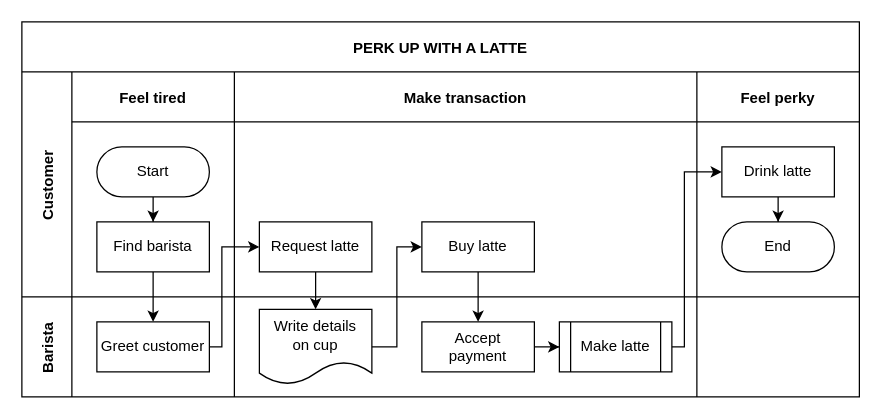
Before: Untitled Diagram.drawio in bapukokare/assignment, a draw.io diagram. Source tidied: cells renumbered, new cells numbered last; positions are measured from the earlier drawing's top-left corner, leaving out a move shared by most shapes. Both pictures are drawn from the tidied source at 125%, with x=0, y=0 at pixel (21, 21).
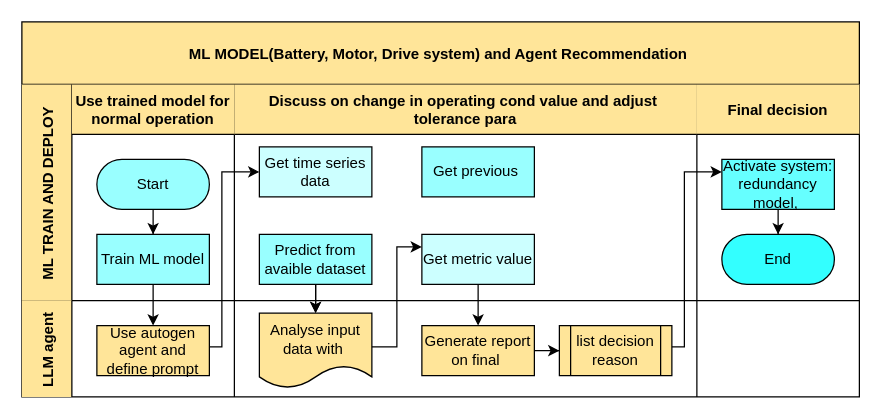
Above is the later version.

What changed in the source:
```diff
@@
-    <mxCell id="2" value="PERK UP WITH A LATTE" style="shape=table;childLayout=tableLayout;startSize=40;fillColor=none;fontStyle=1;" parent="1" vertex="1">
+    <mxCell id="2" value="ML MODEL(Battery, Motor, Drive system) and Agent Recommendation " style="shape=table;childLayout=tableLayout;startSize=50;fillColor=#FFE599;fontStyle=1;" parent="1" vertex="1">
       <mxGeometry width="670" height="300" as="geometry" />
     </mxCell>
-    <mxCell id="3" style="edgeStyle=orthogonalEdgeStyle;rounded=0;jettySize=auto;html=1;" parent="2" edge="1" source="8" target="18">
+    <mxCell id="3" style="edgeStyle=orthogonalEdgeStyle;rounded=0;jettySize=auto;html=1;fillColor=#FFE599;" parent="2" edge="1" source="8" target="18">
       <mxGeometry relative="1" as="geometry" />
     </mxCell>
-    <mxCell id="4" value="Customer" style="shape=tableRow;horizontal=0;swimlaneHead=0;swimlaneBody=0;top=0;left=0;bottom=0;right=0;fillColor=none;startSize=40;fontStyle=1;" parent="2" vertex="1">
-      <mxGeometry y="40" width="670" height="180" as="geometry" />
+    <mxCell id="4" value="ML TRAIN AND DEPLOY" style="shape=tableRow;horizontal=0;swimlaneHead=0;swimlaneBody=0;top=0;left=0;bottom=0;right=0;fillColor=#FFE599;startSize=40;fontStyle=1;" parent="2" vertex="1">
+      <mxGeometry y="50" width="670" height="173" as="geometry" />
     </mxCell>
-    <mxCell id="5" value="Feel tired" style="swimlane;swimlaneHead=0;swimlaneBody=0;fillColor=none;startSize=40;fontStyle=1;" parent="4" vertex="1">
-      <mxGeometry x="40" width="130" height="180" as="geometry" />
+    <mxCell id="5" value="Use trained model for&#10; normal operation " style="swimlane;swimlaneHead=0;swimlaneBody=0;fillColor=#FFE599;startSize=40;fontStyle=1;" parent="4" vertex="1">
+      <mxGeometry x="40" width="130" height="173" as="geometry" />
     </mxCell>
-    <mxCell id="6" style="edgeStyle=orthogonalEdgeStyle;rounded=0;jettySize=auto;html=1;" parent="5" edge="1" source="7" target="8">
+    <mxCell id="6" style="edgeStyle=orthogonalEdgeStyle;rounded=0;jettySize=auto;html=1;fillColor=#FFE599;" parent="5" edge="1" source="7" target="8">
       <mxGeometry relative="1" as="geometry" />
     </mxCell>
-    <mxCell id="7" value="Start" style="rounded=1;whiteSpace=wrap;html=1;arcSize=50;" parent="5" vertex="1">
+    <mxCell id="7" value="Start" style="rounded=1;whiteSpace=wrap;html=1;arcSize=50;fillColor=#99FFFF;" parent="5" vertex="1">
       <mxGeometry x="20" y="60" width="90" height="40" as="geometry" />
     </mxCell>
-    <mxCell id="8" value="Find barista" style="rounded=0;whiteSpace=wrap;html=1;" parent="5" vertex="1">
+    <mxCell id="8" value="Train ML model" style="rounded=0;whiteSpace=wrap;html=1;fillColor=#99FFFF;" parent="5" vertex="1">
       <mxGeometry x="20" y="120" width="90" height="40" as="geometry" />
     </mxCell>
-    <mxCell id="9" value="Make transaction" style="swimlane;swimlaneHead=0;swimlaneBody=0;fillColor=none;startSize=40;fontStyle=1;" parent="4" vertex="1">
-      <mxGeometry x="170" width="370" height="180" as="geometry" />
+    <mxCell id="9" value="Discuss on change in operating cond value and adjust &#10;tolerance para" style="swimlane;swimlaneHead=0;swimlaneBody=0;fillColor=#FFE599;startSize=40;fontStyle=1;" parent="4" vertex="1">
+      <mxGeometry x="170" width="370" height="173" as="geometry" />
     </mxCell>
-    <mxCell id="10" value="Request latte" style="rounded=0;whiteSpace=wrap;html=1;" parent="9" vertex="1">
+    <mxCell id="10" value="Predict from avaible dataset" style="rounded=0;whiteSpace=wrap;html=1;fillColor=#99FFFF;" parent="9" vertex="1">
       <mxGeometry x="20" y="120" width="90" height="40" as="geometry" />
     </mxCell>
-    <mxCell id="11" value="Buy latte" style="rounded=0;whiteSpace=wrap;html=1;" parent="9" vertex="1">
+    <mxCell id="11" value="Get metric value" style="rounded=0;whiteSpace=wrap;html=1;fillColor=#CCFFFF;" parent="9" vertex="1">
       <mxGeometry x="150" y="120" width="90" height="40" as="geometry" />
     </mxCell>
+    <mxCell id="30" value="Get time series data" style="rounded=0;whiteSpace=wrap;html=1;fillColor=#CCFFFF;" parent="9" vertex="1">
+      <mxGeometry x="20" y="50" width="90" height="40" as="geometry" />
+    </mxCell>
+    <mxCell id="31" value="Get previous&amp;nbsp;" style="rounded=0;whiteSpace=wrap;html=1;fillColor=#99FFFF;" parent="9" vertex="1">
+      <mxGeometry x="150" y="50" width="90" height="40" as="geometry" />
+    </mxCell>
-    <mxCell id="12" value="Feel perky" style="swimlane;swimlaneHead=0;swimlaneBody=0;fillColor=none;startSize=40;fontStyle=1;" parent="4" vertex="1">
-      <mxGeometry x="540" width="130" height="180" as="geometry" />
+    <mxCell id="12" value="Final decision" style="swimlane;swimlaneHead=0;swimlaneBody=0;fillColor=#FFE599;startSize=40;fontStyle=1;" parent="4" vertex="1">
+      <mxGeometry x="540" width="130" height="173" as="geometry" />
     </mxCell>
-    <mxCell id="13" style="edgeStyle=orthogonalEdgeStyle;rounded=0;jettySize=auto;html=1;" parent="12" edge="1" source="14" target="15">
+    <mxCell id="13" style="edgeStyle=orthogonalEdgeStyle;rounded=0;jettySize=auto;html=1;fillColor=#FFE599;" parent="12" edge="1" source="14" target="15">
       <mxGeometry relative="1" as="geometry" />
     </mxCell>
-    <mxCell id="14" value="Drink latte" style="rounded=0;whiteSpace=wrap;html=1;" parent="12" vertex="1">
+    <mxCell id="14" value="Activate system: redundancy model,&amp;nbsp;" style="rounded=0;whiteSpace=wrap;html=1;fillColor=#66FFFF;" parent="12" vertex="1">
       <mxGeometry x="20" y="60" width="90" height="40" as="geometry" />
     </mxCell>
-    <mxCell id="15" value="End" style="rounded=1;whiteSpace=wrap;html=1;arcSize=50;" parent="12" vertex="1">
+    <mxCell id="15" value="End" style="rounded=1;whiteSpace=wrap;html=1;arcSize=50;fillColor=#33FFFF;" parent="12" vertex="1">
       <mxGeometry x="20" y="120" width="90" height="40" as="geometry" />
     </mxCell>
-    <mxCell id="16" value="Barista" style="shape=tableRow;horizontal=0;swimlaneHead=0;swimlaneBody=0;top=0;left=0;bottom=0;right=0;fillColor=none;startSize=40;fontStyle=1;" parent="2" vertex="1">
-      <mxGeometry y="220" width="670" height="80" as="geometry" />
+    <mxCell id="16" value="LLM agent" style="shape=tableRow;horizontal=0;swimlaneHead=0;swimlaneBody=0;top=0;left=0;bottom=0;right=0;fillColor=#FFE599;startSize=40;fontStyle=1;" parent="2" vertex="1">
+      <mxGeometry y="223" width="670" height="77" as="geometry" />
     </mxCell>
-    <mxCell id="17" style="swimlane;swimlaneHead=0;swimlaneBody=0;fillColor=none;startSize=0;fontStyle=1;" parent="16" vertex="1">
-      <mxGeometry x="40" width="130" height="80" as="geometry" />
+    <mxCell id="17" style="swimlane;swimlaneHead=0;swimlaneBody=0;fillColor=#FFE599;startSize=0;fontStyle=1;" parent="16" vertex="1">
+      <mxGeometry x="40" width="130" height="77" as="geometry" />
     </mxCell>
-    <mxCell id="18" value="Greet customer" style="rounded=0;whiteSpace=wrap;html=1;" parent="17" vertex="1">
+    <mxCell id="18" value="Use autogen agent and define prompt" style="rounded=0;whiteSpace=wrap;html=1;fillColor=#FFE599;" parent="17" vertex="1">
       <mxGeometry x="20" y="20" width="90" height="40" as="geometry" />
     </mxCell>
-    <mxCell id="19" style="swimlane;swimlaneHead=0;swimlaneBody=0;fillColor=none;startSize=0;fontStyle=1;" parent="16" vertex="1">
-      <mxGeometry x="170" width="370" height="80" as="geometry" />
+    <mxCell id="19" style="swimlane;swimlaneHead=0;swimlaneBody=0;fillColor=#FFE599;startSize=0;fontStyle=1;" parent="16" vertex="1">
+      <mxGeometry x="170" width="370" height="77" as="geometry" />
     </mxCell>
-    <mxCell id="20" style="edgeStyle=orthogonalEdgeStyle;rounded=0;jettySize=auto;html=1;" parent="19" edge="1" source="21" target="23">
+    <mxCell id="20" style="edgeStyle=orthogonalEdgeStyle;rounded=0;jettySize=auto;html=1;fillColor=#FFE599;" parent="19" edge="1" source="21" target="23">
       <mxGeometry relative="1" as="geometry" />
     </mxCell>
-    <mxCell id="21" value="Accept&lt;br&gt;payment" style="rounded=0;whiteSpace=wrap;html=1;" parent="19" vertex="1">
+    <mxCell id="21" value="Generate report on final&amp;nbsp;" style="rounded=0;whiteSpace=wrap;html=1;fillColor=#FFE599;" parent="19" vertex="1">
       <mxGeometry x="150" y="20" width="90" height="40" as="geometry" />
     </mxCell>
-    <mxCell id="22" value="Write details&lt;br&gt;on cup" style="shape=document;whiteSpace=wrap;html=1;boundedLbl=1;" parent="19" vertex="1">
+    <mxCell id="22" value="Analyse input data with&amp;nbsp;" style="shape=document;whiteSpace=wrap;html=1;boundedLbl=1;fillColor=#FFE599;" parent="19" vertex="1">
       <mxGeometry x="20" y="10" width="90" height="60" as="geometry" />
     </mxCell>
-    <mxCell id="23" value="Make latte" style="shape=process;whiteSpace=wrap;html=1;backgroundOutline=1;" parent="19" vertex="1">
+    <mxCell id="23" value="list decision reason" style="shape=process;whiteSpace=wrap;html=1;backgroundOutline=1;fillColor=#FFE599;" parent="19" vertex="1">
       <mxGeometry x="260" y="20" width="90" height="40" as="geometry" />
     </mxCell>
-    <mxCell id="24" style="swimlane;swimlaneHead=0;swimlaneBody=0;fillColor=none;startSize=0;fontStyle=1;" parent="16" vertex="1">
-      <mxGeometry x="540" width="130" height="80" as="geometry" />
+    <mxCell id="24" style="swimlane;swimlaneHead=0;swimlaneBody=0;fillColor=#FFE599;startSize=0;fontStyle=1;" parent="16" vertex="1">
+      <mxGeometry x="540" width="130" height="77" as="geometry" />
     </mxCell>
-    <mxCell id="25" style="edgeStyle=orthogonalEdgeStyle;rounded=0;jettySize=auto;html=1;" parent="2" edge="1" source="18" target="10">
+    <mxCell id="25" style="edgeStyle=orthogonalEdgeStyle;rounded=0;jettySize=auto;html=1;entryX=0;entryY=0.5;entryDx=0;entryDy=0;fillColor=#FFE599;" parent="2" edge="1" source="18" target="30">
       <mxGeometry relative="1" as="geometry">
         <Array as="points">
           <mxPoint x="160" y="260" />
-          <mxPoint x="160" y="180" />
+          <mxPoint x="160" y="120" />
         </Array>
       </mxGeometry>
     </mxCell>
-    <mxCell id="26" style="edgeStyle=orthogonalEdgeStyle;rounded=0;jettySize=auto;html=1;" parent="2" edge="1" source="10" target="22">
+    <mxCell id="26" style="edgeStyle=orthogonalEdgeStyle;rounded=0;jettySize=auto;html=1;fillColor=#FFE599;" parent="2" edge="1" source="10" target="22">
       <mxGeometry relative="1" as="geometry" />
     </mxCell>
-    <mxCell id="27" style="edgeStyle=orthogonalEdgeStyle;rounded=0;jettySize=auto;html=1;" parent="2" edge="1" source="22" target="11">
+    <mxCell id="27" style="edgeStyle=orthogonalEdgeStyle;rounded=0;jettySize=auto;html=1;fillColor=#FFE599;" parent="2" edge="1" source="22" target="11">
       <mxGeometry relative="1" as="geometry">
         <Array as="points">
           <mxPoint x="300" y="260" />
           <mxPoint x="300" y="180" />
         </Array>
       </mxGeometry>
     </mxCell>
-    <mxCell id="28" style="edgeStyle=orthogonalEdgeStyle;rounded=0;jettySize=auto;html=1;" parent="2" edge="1" source="11" target="21">
+    <mxCell id="28" style="edgeStyle=orthogonalEdgeStyle;rounded=0;jettySize=auto;html=1;fillColor=#FFE599;" parent="2" edge="1" source="11" target="21">
       <mxGeometry relative="1" as="geometry" />
     </mxCell>
-    <mxCell id="29" style="edgeStyle=orthogonalEdgeStyle;rounded=0;jettySize=auto;html=1;" parent="2" edge="1" source="23" target="14">
+    <mxCell id="29" style="edgeStyle=orthogonalEdgeStyle;rounded=0;jettySize=auto;html=1;fillColor=#FFE599;" parent="2" edge="1" source="23" target="14">
       <mxGeometry relative="1" as="geometry">
         <Array as="points">
           <mxPoint x="530" y="260" />
           <mxPoint x="530" y="120" />
         </Array>
       </mxGeometry>
     </mxCell>
+    <mxCell id="32" style="edgeStyle=orthogonalEdgeStyle;rounded=0;jettySize=auto;html=1;fillColor=#FFE599;" parent="2" edge="1" source="10" target="22">
+      <mxGeometry relative="1" as="geometry" />
+    </mxCell>
```
